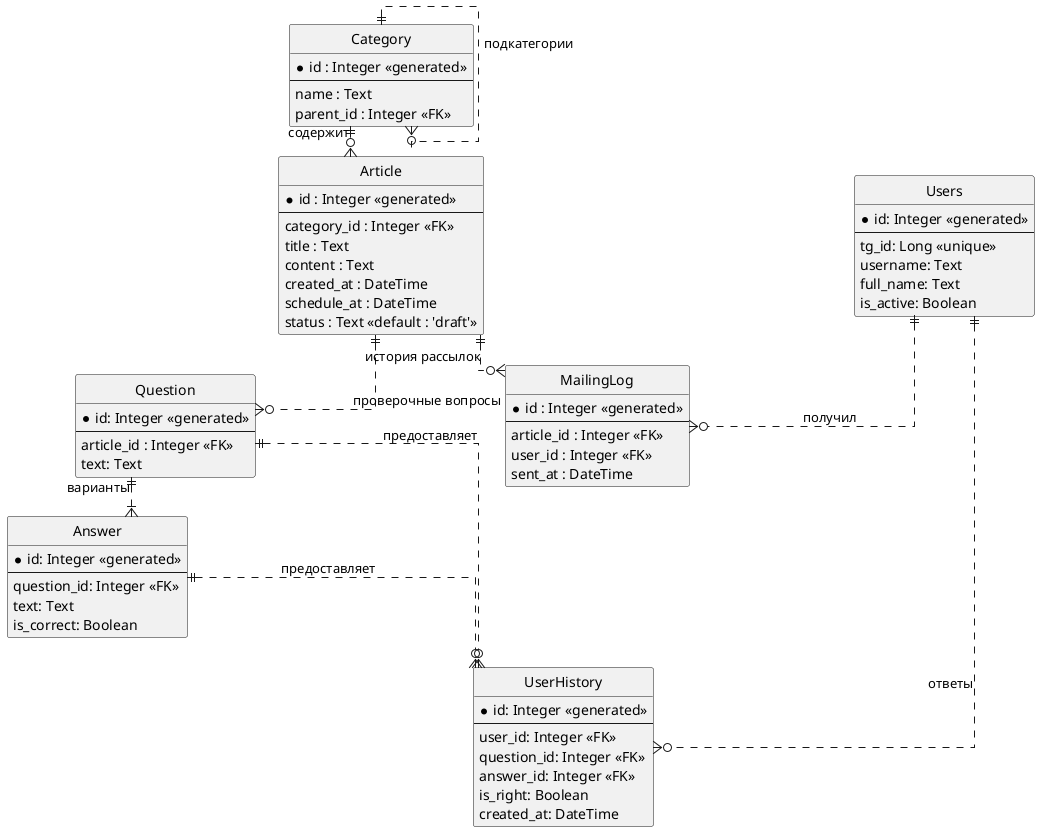
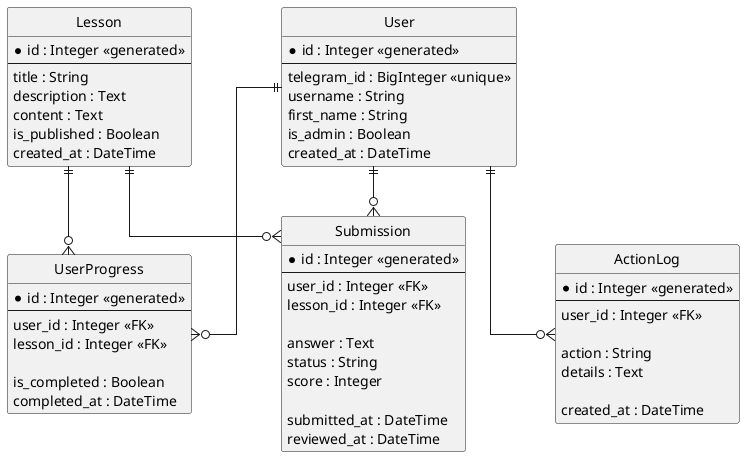
@startuml

hide circle
skinparam linetype ortho
- skinparam nodesep 250
- skinparam ranksep 30
+ skinparam nodesep 90
+ skinparam ranksep 50

- entity Category {
+ entity User {
  *id : Integer <<generated>>
  --
-   name : Text
-   parent_id : Integer <<FK>>
+   telegram_id : BigInteger <<unique>>
+   username : String
+   first_name : String
+   is_admin : Boolean
+   created_at : DateTime
}

- entity Article {
+ entity Lesson {
  *id : Integer <<generated>>
  --
-   category_id : Integer <<FK>>
-   title : Text
+   title : String
+   description : Text
  content : Text
+   is_published : Boolean
  created_at : DateTime
-   schedule_at : DateTime
-   status : Text <<default : 'draft'>>
}

- entity Question {
-   *id: Integer <<generated>>
+ entity Submission {
+   *id : Integer <<generated>>
  --
-   article_id : Integer <<FK>>
-   text: Text
+   user_id : Integer <<FK>>
+   lesson_id : Integer <<FK>>
+ 
+   answer : Text
+   status : String
+   score : Integer
+ 
+   submitted_at : DateTime
+   reviewed_at : DateTime
}

- entity Answer {
-   *id: Integer <<generated>>
+ entity UserProgress {
+   *id : Integer <<generated>>
  --
-   question_id: Integer <<FK>>
-   text: Text
-   is_correct: Boolean
+   user_id : Integer <<FK>>
+   lesson_id : Integer <<FK>>
+ 
+   is_completed : Boolean
+   completed_at : DateTime
}

- entity Users {
-   *id: Integer <<generated>>
+ entity ActionLog {
+   *id : Integer <<generated>>
  --
-   tg_id: Long <<unique>>
-   username: Text
-   full_name: Text
-   is_active: Boolean
+   user_id : Integer <<FK>>
+ 
+   action : String
+   details : Text
+ 
+   created_at : DateTime
}

- entity UserHistory {
-   *id: Integer <<generated>>
-   --
-   user_id: Integer <<FK>>
-   question_id: Integer <<FK>>
-   answer_id: Integer <<FK>>
-   is_right: Boolean
-   created_at: DateTime
- }
+ User ||--o{ Submission
+ Lesson ||--o{ Submission

- entity MailingLog {
-   *id : Integer <<generated>>
-   --
-   article_id : Integer <<FK>>
-   user_id : Integer <<FK>>
-   sent_at : DateTime
- }
+ User ||--o{ UserProgress
+ Lesson ||--o{ UserProgress

- ' Связи
- Category ||..o{ Category : "подкатегории"
- Category ||..o{ Article : "содержит"
- Article ||..o{ Question : "проверочные вопросы"
- Article ||..o{ MailingLog : "история рассылок"
- Question ||..|{ Answer : "варианты"
- Users ||..o{ UserHistory : "ответы"
- Users ||..o{ MailingLog : "получил"
- Question ||..o{ UserHistory : "предоставляет"
- Answer ||..o{ UserHistory : "предоставляет"
+ User ||--o{ ActionLog

@enduml